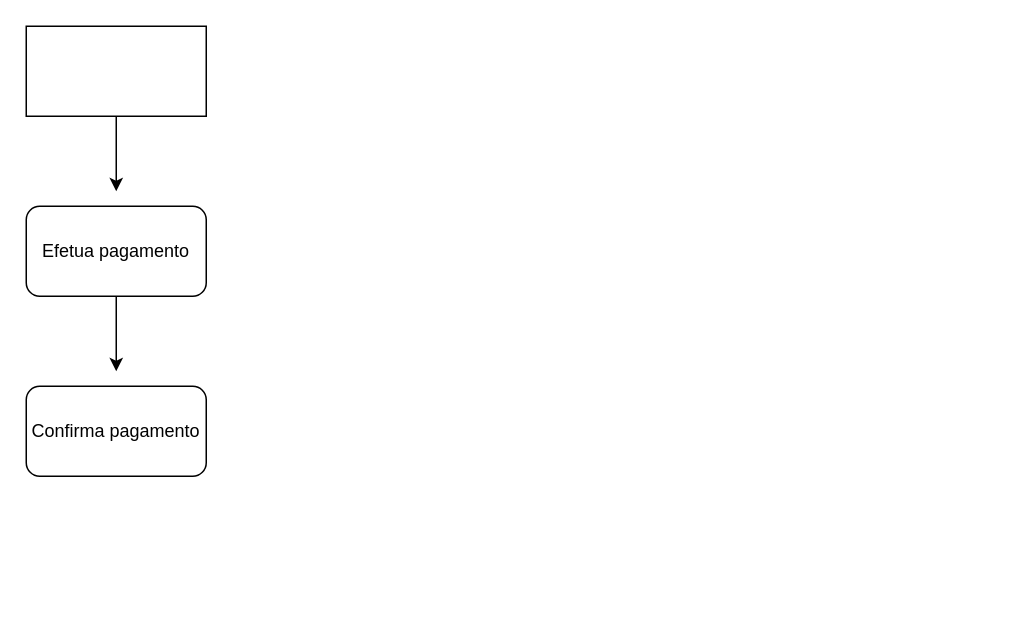
Above: page "Pagamento" (5 of 7) of doc/Projeto.drawio in RafaelPontin/Fiap.Ingresso (draw.io), before the change. Source tidied: cells renumbered, new cells numbered last; positions are measured from the earlier drawing's top-left corner, leaving out a move shared by most shapes. Both pictures are drawn from the tidied source at 150%, with x=0, y=0 at pixel (26, 26).
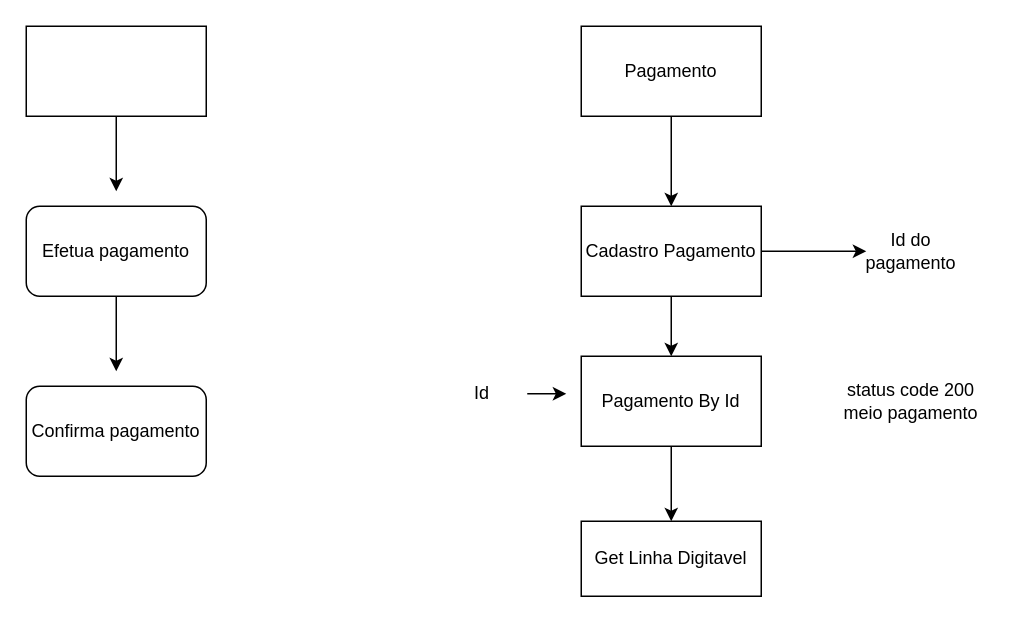
After the change.

What changed in the source:
```diff
@@
+    <mxCell id="7" style="edgeStyle=orthogonalEdgeStyle;rounded=0;jettySize=auto;html=1;" parent="1" edge="1" source="8" target="11">
+      <mxGeometry relative="1" as="geometry" />
+    </mxCell>
+    <mxCell id="8" value="Pagamento" style="rounded=0;whiteSpace=wrap;html=1;" parent="1" vertex="1">
+      <mxGeometry x="370" width="120" height="60" as="geometry" />
+    </mxCell>
+    <mxCell id="9" style="edgeStyle=orthogonalEdgeStyle;rounded=0;jettySize=auto;html=1;entryX=0.5;entryY=0;entryDx=0;entryDy=0;" parent="1" edge="1" source="11" target="13">
+      <mxGeometry relative="1" as="geometry">
+        <Array as="points">
+          <mxPoint x="430" y="220" />
+          <mxPoint x="430" y="220" />
+        </Array>
+      </mxGeometry>
+    </mxCell>
+    <mxCell id="10" style="edgeStyle=orthogonalEdgeStyle;rounded=0;jettySize=auto;html=1;entryX=0;entryY=0.5;entryDx=0;entryDy=0;" parent="1" edge="1" source="11" target="14">
+      <mxGeometry relative="1" as="geometry" />
+    </mxCell>
+    <mxCell id="11" value="Cadastro Pagamento" style="rounded=0;whiteSpace=wrap;html=1;" parent="1" vertex="1">
+      <mxGeometry x="370" y="120" width="120" height="60" as="geometry" />
+    </mxCell>
+    <mxCell id="12" style="edgeStyle=orthogonalEdgeStyle;rounded=0;jettySize=auto;html=1;" parent="1" edge="1" source="13">
+      <mxGeometry relative="1" as="geometry">
+        <mxPoint x="430" y="330" as="targetPoint" />
+      </mxGeometry>
+    </mxCell>
+    <mxCell id="13" value="Pagamento By Id" style="rounded=0;whiteSpace=wrap;html=1;" parent="1" vertex="1">
+      <mxGeometry x="370" y="220" width="120" height="60" as="geometry" />
+    </mxCell>
+    <mxCell id="14" value="Id do pagamento" style="text;html=1;align=center;verticalAlign=middle;whiteSpace=wrap;rounded=0;" parent="1" vertex="1">
+      <mxGeometry x="560" y="135" width="60" height="30" as="geometry" />
+    </mxCell>
+    <mxCell id="15" value="Get Linha Digitavel" style="rounded=0;whiteSpace=wrap;html=1;" parent="1" vertex="1">
+      <mxGeometry x="370" y="330" width="120" height="50" as="geometry" />
+    </mxCell>
+    <mxCell id="16" value="status code 200&lt;div&gt;meio pagamento&lt;/div&gt;" style="text;html=1;align=center;verticalAlign=middle;whiteSpace=wrap;rounded=0;" parent="1" vertex="1">
+      <mxGeometry x="530" y="220" width="120" height="60" as="geometry" />
+    </mxCell>
+    <mxCell id="17" style="edgeStyle=orthogonalEdgeStyle;rounded=0;jettySize=auto;html=1;" parent="1" edge="1" source="18">
+      <mxGeometry relative="1" as="geometry">
+        <mxPoint x="360" y="245" as="targetPoint" />
+      </mxGeometry>
+    </mxCell>
+    <mxCell id="18" value="Id" style="text;html=1;align=center;verticalAlign=middle;whiteSpace=wrap;rounded=0;" parent="1" vertex="1">
+      <mxGeometry x="274" y="230" width="60" height="30" as="geometry" />
+    </mxCell>
```
